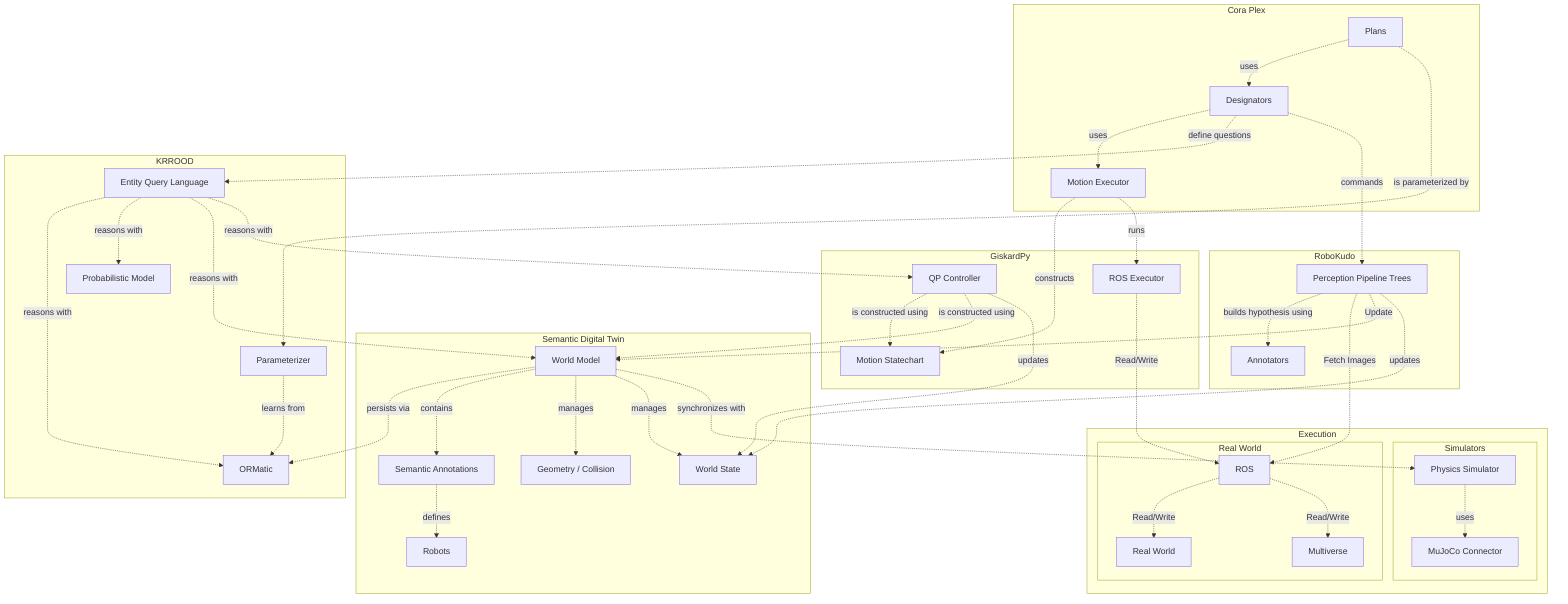
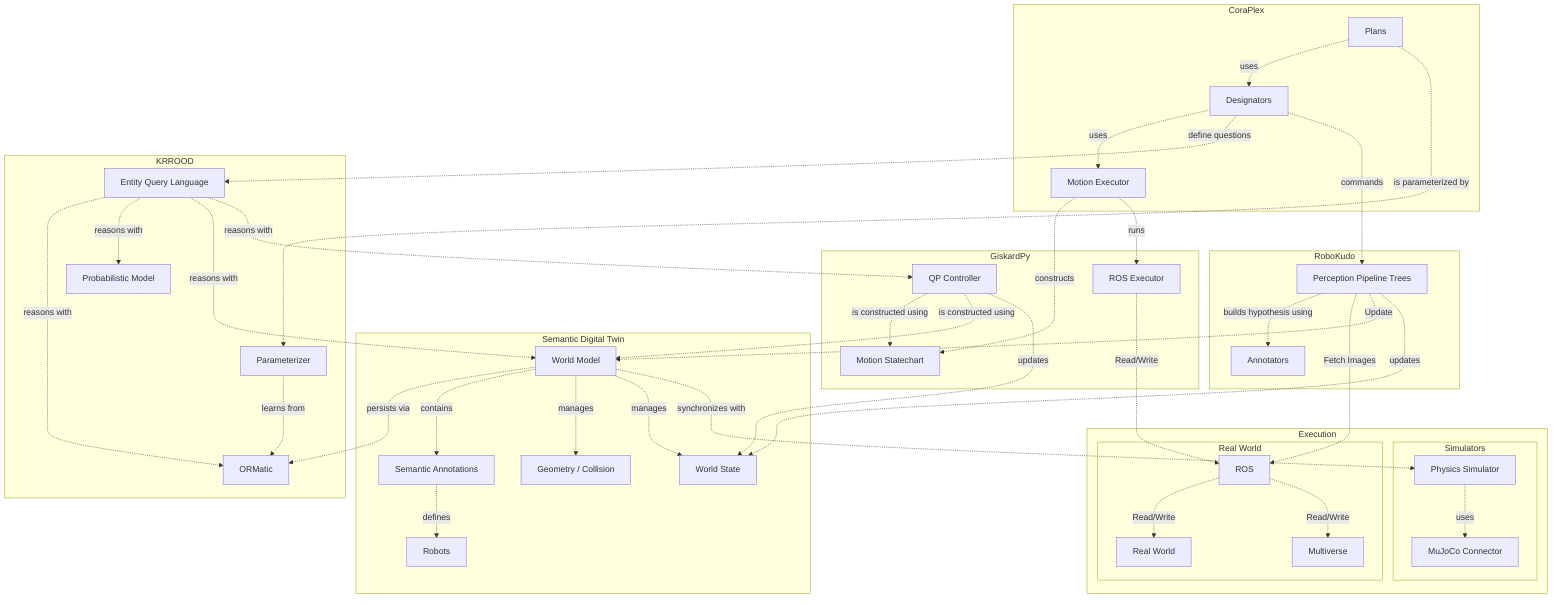
flowchart TD
    subgraph RoboKudo ["RoboKudo"]
        Pipeline[Perception Pipeline Trees]
        Annotators[Annotators]
    end

-     subgraph Cora Plex ["Cora Plex"]
+     subgraph CoraPlex ["CoraPlex"]
        Plans[Plans]
        Designators[Designators]
        MotionExecutor[Motion Executor]
    end

    subgraph SDT ["Semantic Digital Twin"]
        WorldModel[World Model]
        Annotations[Semantic Annotations]
        Geometry[Geometry / Collision]
        WorldState[World State]
        Robots[Robots]
    end

    subgraph GiskardPy ["GiskardPy"]
        Statechart[Motion Statechart]
        QPController[QP Controller]
        RosExecutor[ROS Executor]
    end

    subgraph KRROOD ["KRROOD"]
        EQL[Entity Query Language]
        ORM[ORMatic]
        PM[Probabilistic Model]
        Parameterizer[Parameterizer]
    end

    subgraph Execution ["Execution"]
        subgraph Simulators ["Simulators"]
            MultiSim[Physics Simulator]
            Mujoco[MuJoCo Connector]
        end

        subgraph RealWorld ["Real World"]
            ROS[ROS]
            Multiverse[Multiverse]
            RealWorldNode[Real World]
        end
    end


-     %% Cora Plex Relationships
+     %% CoraPlex Relationships
    Plans -.->|uses| Designators
    Plans -.->|is parameterized by| Parameterizer
    Designators -.->|uses| MotionExecutor
    Designators -.->|define questions| EQL
    Designators -.->|commands| Pipeline

    %% Motion Executor Relationships
    MotionExecutor -.->|constructs| Statechart
    MotionExecutor -.->|runs| RosExecutor

    %% RoboKudo Relationships
    Pipeline -.->|builds hypothesis using| Annotators
    Pipeline -.->|Fetch Images| ROS
    Pipeline -.->|Update| WorldModel
    Pipeline -.->|updates| WorldState

    %% KRROOD Relationships
    Parameterizer -.->|learns from| ORM
    EQL -.->|reasons with| ORM
    EQL -.->|reasons with| PM
    EQL -.->|reasons with| WorldModel
    EQL -.->|reasons with| QPController

    %% Semantic Digital Twin Relationships
    WorldModel -.->|persists via| ORM
    WorldModel -.->|contains| Annotations
    WorldModel -.->|manages| Geometry
    WorldModel -.->|manages| WorldState
    WorldModel -.->|synchronizes with| MultiSim
    Annotations -.->|defines| Robots

    %% GiskardPy Relationships
    QPController -.->|is constructed using| Statechart
    QPController -.->|is constructed using| WorldModel
    QPController -.->|updates| WorldState

    %% Real World Relationships
    RosExecutor -.->|Read/Write| ROS
    ROS -.->|Read/Write| RealWorldNode
    ROS -.->|Read/Write| Multiverse

    %% Simulators Relationships
    MultiSim -.->|uses| Mujoco
